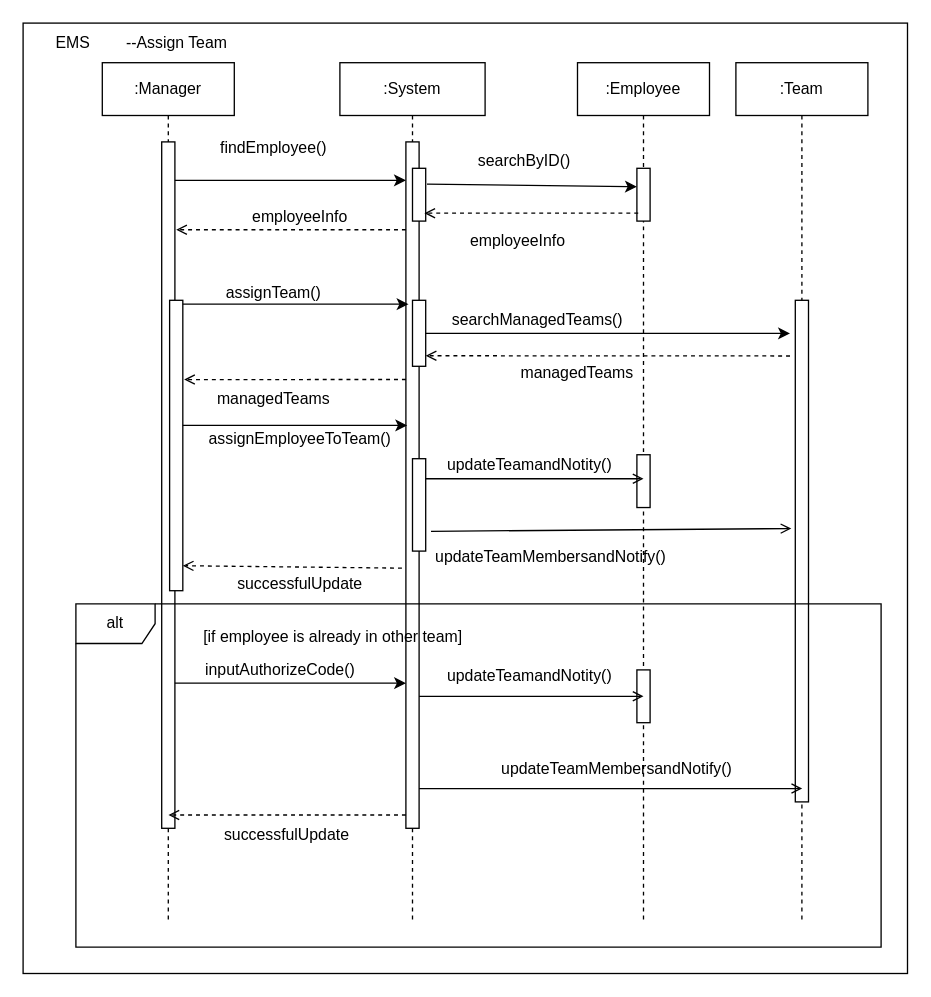
Earlier version of the draw.io diagram System Models/sequence_diagram_assignTeam.drawio (blueappleee/EmployeeManagementSystem). Source tidied: cells renumbered, new cells numbered last; positions are measured from the earlier drawing's top-left corner, leaving out a move shared by most shapes. Both pictures are drawn from the tidied source at 132%, with x=0, y=0 at pixel (22, 22).
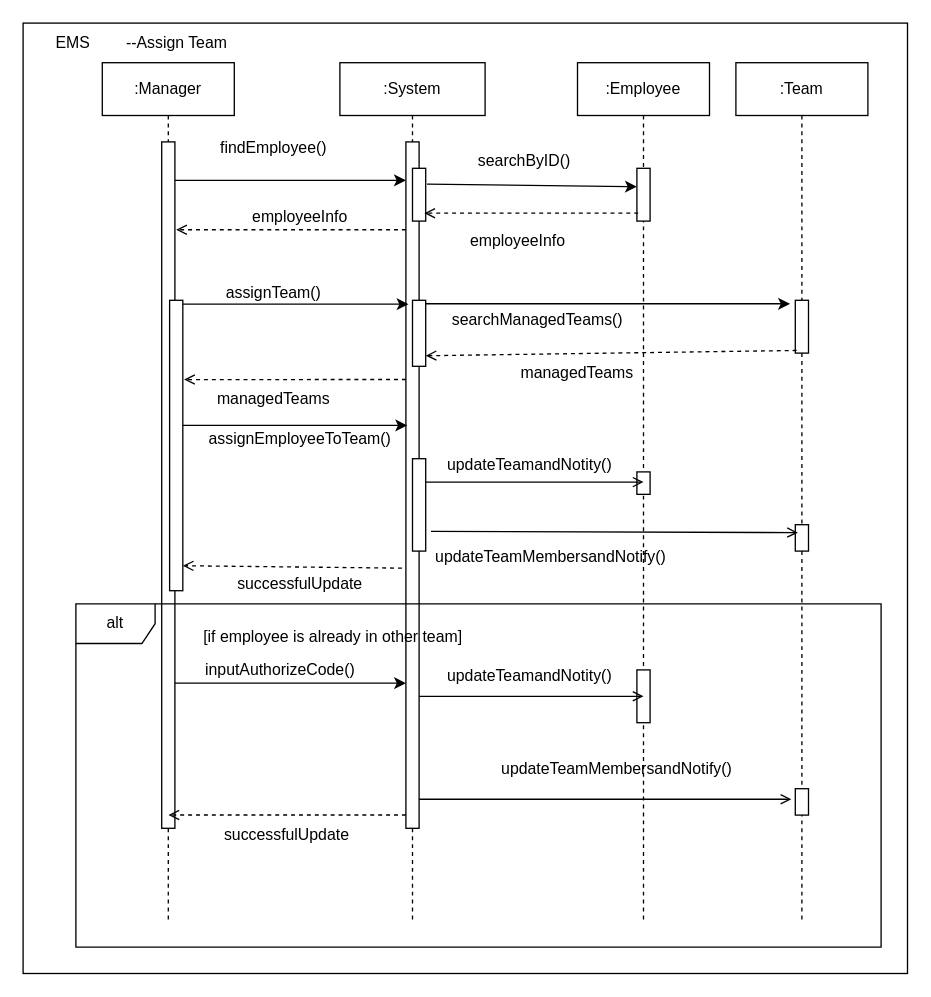
The same diagram, later.

The change refers to these unchanged cells:
```xml
<mxCell id="6" value=":Team" style="shape=umlLifeline;perimeter=lifelinePerimeter;whiteSpace=wrap;html=1;" parent="1" vertex="1">
  <mxGeometry x="540" y="30" width="100" height="650" as="geometry" />
</mxCell>
<mxCell id="10" style="html=1;points=[];perimeter=orthogonalPerimeter;" parent="9" vertex="1">
  <mxGeometry x="50" y="60" width="10" height="520" as="geometry" />
</mxCell>
<mxCell id="12" style="html=1;points=[];perimeter=orthogonalPerimeter;" parent="9" vertex="1">
  <mxGeometry x="55" y="180" width="10" height="50" as="geometry" />
</mxCell>
<mxCell id="13" style="html=1;points=[];perimeter=orthogonalPerimeter;" parent="9" vertex="1">
  <mxGeometry x="55" y="300" width="10" height="70" as="geometry" />
</mxCell>
<mxCell id="14" value=":Employee" style="shape=umlLifeline;perimeter=lifelinePerimeter;whiteSpace=wrap;html=1;" parent="1" vertex="1">
  <mxGeometry x="420" y="30" width="100" height="650" as="geometry" />
</mxCell>
<mxCell id="39" value="alt" style="shape=umlFrame;whiteSpace=wrap;html=1;" parent="1" vertex="1">
  <mxGeometry x="40" y="440" width="610" height="260" as="geometry" />
</mxCell>
```

What changed in the source:
```diff
@@
     <mxCell id="7" style="html=1;points=[];perimeter=orthogonalPerimeter;" parent="6" vertex="1">
-      <mxGeometry x="45" y="180" width="10" height="380" as="geometry" />
+      <mxGeometry x="45" y="180" width="10" height="40" as="geometry" />
     </mxCell>
+    <mxCell id="54" style="html=1;points=[];perimeter=orthogonalPerimeter;" parent="6" vertex="1">
+      <mxGeometry x="45" y="350" width="10" height="20" as="geometry" />
+    </mxCell>
@@
     <mxCell id="16" style="html=1;points=[];perimeter=orthogonalPerimeter;" parent="14" vertex="1">
-      <mxGeometry x="45" y="297" width="10" height="40" as="geometry" />
+      <mxGeometry x="45" y="310" width="10" height="17" as="geometry" />
     </mxCell>
@@
-    <mxCell id="30" style="edgeStyle=none;rounded=0;jettySize=auto;html=1;entryX=1;entryY=0.84;entryDx=0;entryDy=0;entryPerimeter=0;endArrow=open;endFill=0;dashed=1;exitX=-0.4;exitY=0.111;exitDx=0;exitDy=0;exitPerimeter=0;" parent="1" edge="1" source="7" target="12">
+    <mxCell id="30" style="edgeStyle=none;rounded=0;jettySize=auto;html=1;entryX=1;entryY=0.84;entryDx=0;entryDy=0;entryPerimeter=0;endArrow=open;endFill=0;dashed=1;exitX=0.1;exitY=0.95;exitDx=0;exitDy=0;exitPerimeter=0;" parent="1" edge="1" source="7" target="12">
       <mxGeometry relative="1" as="geometry" />
     </mxCell>
@@
-    <mxCell id="38" style="edgeStyle=none;rounded=0;jettySize=auto;html=1;endArrow=open;endFill=0;exitX=1.4;exitY=0.786;exitDx=0;exitDy=0;exitPerimeter=0;entryX=-0.3;entryY=0.455;entryDx=0;entryDy=0;entryPerimeter=0;" parent="1" edge="1" source="13" target="7">
+    <mxCell id="38" style="edgeStyle=none;rounded=0;jettySize=auto;html=1;endArrow=open;endFill=0;exitX=1.4;exitY=0.786;exitDx=0;exitDy=0;exitPerimeter=0;entryX=0.2;entryY=0.3;entryDx=0;entryDy=0;entryPerimeter=0;" parent="1" edge="1" source="13" target="54">
       <mxGeometry relative="1" as="geometry" />
     </mxCell>
@@
-    <mxCell id="50" style="edgeStyle=none;rounded=0;jettySize=auto;html=1;entryX=0.902;entryY=0.538;entryDx=0;entryDy=0;entryPerimeter=0;endArrow=open;endFill=0;" parent="1" edge="1" source="10" target="39">
+    <mxCell id="50" style="edgeStyle=none;rounded=0;jettySize=auto;html=1;entryX=-0.3;entryY=0.4;entryDx=0;entryDy=0;entryPerimeter=0;endArrow=open;endFill=0;" parent="1" edge="1" source="10" target="55">
       <mxGeometry relative="1" as="geometry" />
     </mxCell>
@@
+    <mxCell id="55" style="html=1;points=[];perimeter=orthogonalPerimeter;" parent="1" vertex="1">
+      <mxGeometry x="585" y="580" width="10" height="20" as="geometry" />
+    </mxCell>
```
